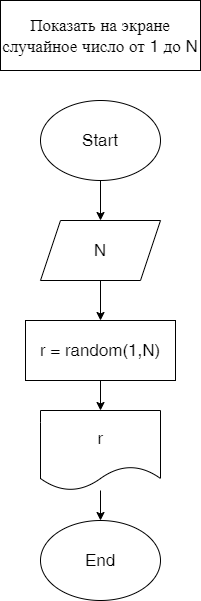
Before: int.drawio.png, a diagram exported from draw.io (Vitaliy2312/WORKSHOP). Source tidied: cells renumbered, new cells last; positions are measured from the earlier drawing's top-left corner, leaving out a move shared by most shapes. Its diagram source:
```xml
<mxGraphModel>
  <root>
    <mxCell id="0" />
    <mxCell id="1" parent="0" />
    <mxCell id="2" style="edgeStyle=none;html=1;fontSize=17;" parent="1" edge="1" source="3" target="6">
      <mxGeometry relative="1" as="geometry" />
    </mxCell>
    <mxCell id="3" value="&lt;font style=&quot;font-size: 17px&quot;&gt;Start&lt;/font&gt;" style="ellipse;whiteSpace=wrap;html=1;" parent="1" vertex="1">
      <mxGeometry x="40" y="100" width="120" height="80" as="geometry" />
    </mxCell>
    <mxCell id="4" value="&lt;font style=&quot;font-size: 17px&quot;&gt;Показать на экране случайное число от 1 до N&lt;/font&gt;" style="rounded=0;whiteSpace=wrap;html=1;" parent="1" vertex="1">
      <mxGeometry width="200" height="70" as="geometry" />
    </mxCell>
    <mxCell id="5" style="edgeStyle=none;html=1;fontSize=17;" parent="1" edge="1" source="6" target="8">
      <mxGeometry relative="1" as="geometry" />
    </mxCell>
    <mxCell id="6" value="N" style="shape=parallelogram;perimeter=parallelogramPerimeter;whiteSpace=wrap;html=1;fixedSize=1;fontSize=17;" parent="1" vertex="1">
      <mxGeometry x="40" y="220" width="120" height="60" as="geometry" />
    </mxCell>
    <mxCell id="7" style="edgeStyle=none;html=1;fontSize=17;" parent="1" edge="1" source="8" target="10">
      <mxGeometry relative="1" as="geometry" />
    </mxCell>
    <mxCell id="8" value="r = random(1,N)" style="rounded=0;whiteSpace=wrap;html=1;fontSize=17;" parent="1" vertex="1">
      <mxGeometry x="25" y="320" width="150" height="60" as="geometry" />
    </mxCell>
    <mxCell id="9" style="edgeStyle=none;html=1;fontSize=17;" parent="1" edge="1" source="10" target="11">
      <mxGeometry relative="1" as="geometry" />
    </mxCell>
    <mxCell id="10" value="r" style="shape=document;whiteSpace=wrap;html=1;boundedLbl=1;fontSize=17;" parent="1" vertex="1">
      <mxGeometry x="40" y="410" width="120" height="80" as="geometry" />
    </mxCell>
    <mxCell id="11" value="End" style="ellipse;whiteSpace=wrap;html=1;fontSize=17;" parent="1" vertex="1">
      <mxGeometry x="40" y="520" width="120" height="80" as="geometry" />
    </mxCell>
  </root>
</mxGraphModel>
```
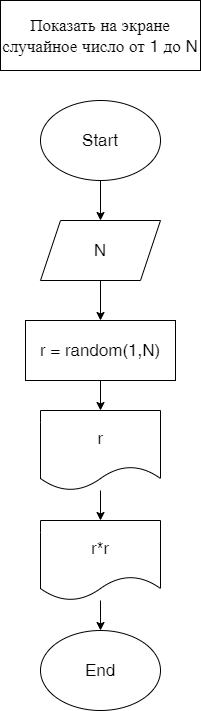
The same diagram one commit later.

Commit message:
Вывели квадрат этого числа

Change to the diagram source:
```diff
@@ -23,14 +23,20 @@
     <mxCell id="8" value="r = random(1,N)" style="rounded=0;whiteSpace=wrap;html=1;fontSize=17;" parent="1" vertex="1">
       <mxGeometry x="25" y="320" width="150" height="60" as="geometry" />
     </mxCell>
-    <mxCell id="9" style="edgeStyle=none;html=1;fontSize=17;" parent="1" edge="1" source="10" target="11">
-      <mxGeometry relative="1" as="geometry" />
-    </mxCell>
+    <mxCell id="12" style="edgeStyle=none;html=1;fontSize=17;" parent="1" edge="1" source="10" target="14">
+      <mxGeometry relative="1" as="geometry" />
+    </mxCell>
     <mxCell id="10" value="r" style="shape=document;whiteSpace=wrap;html=1;boundedLbl=1;fontSize=17;" parent="1" vertex="1">
       <mxGeometry x="40" y="410" width="120" height="80" as="geometry" />
     </mxCell>
     <mxCell id="11" value="End" style="ellipse;whiteSpace=wrap;html=1;fontSize=17;" parent="1" vertex="1">
-      <mxGeometry x="40" y="520" width="120" height="80" as="geometry" />
+      <mxGeometry x="40" y="630" width="120" height="80" as="geometry" />
     </mxCell>
+    <mxCell id="13" style="edgeStyle=none;html=1;fontSize=17;" parent="1" edge="1" source="14" target="11">
+      <mxGeometry relative="1" as="geometry" />
+    </mxCell>
+    <mxCell id="14" value="r*r" style="shape=document;whiteSpace=wrap;html=1;boundedLbl=1;fontSize=17;" parent="1" vertex="1">
+      <mxGeometry x="40" y="520" width="120" height="80" as="geometry" />
+    </mxCell>
   </root>
 </mxGraphModel>
```
